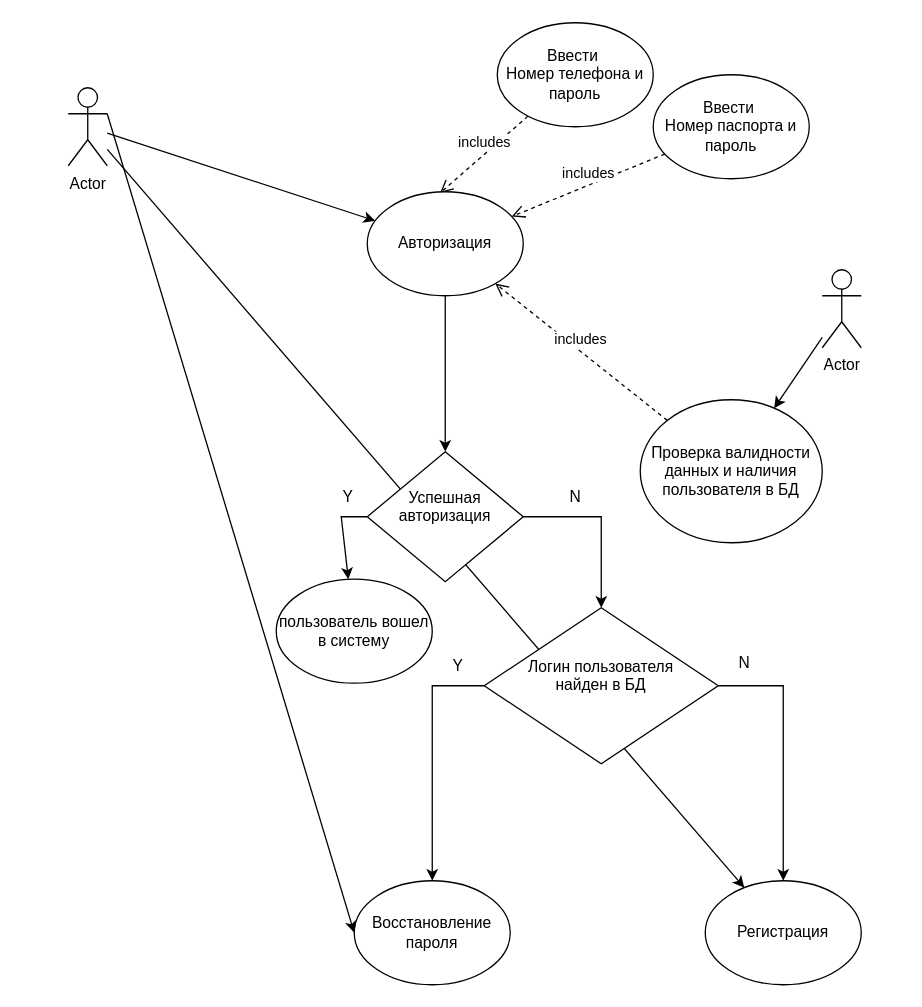
Before: Диаграмма без названия.drawio in lanouri/AQARogozhina, a draw.io diagram. Source tidied: cells renumbered, new cells numbered last; positions are measured from the earlier drawing's top-left corner, leaving out a move shared by most shapes. Both pictures are drawn from the tidied source at 130%, with x=0, y=0 at pixel (68, 22).
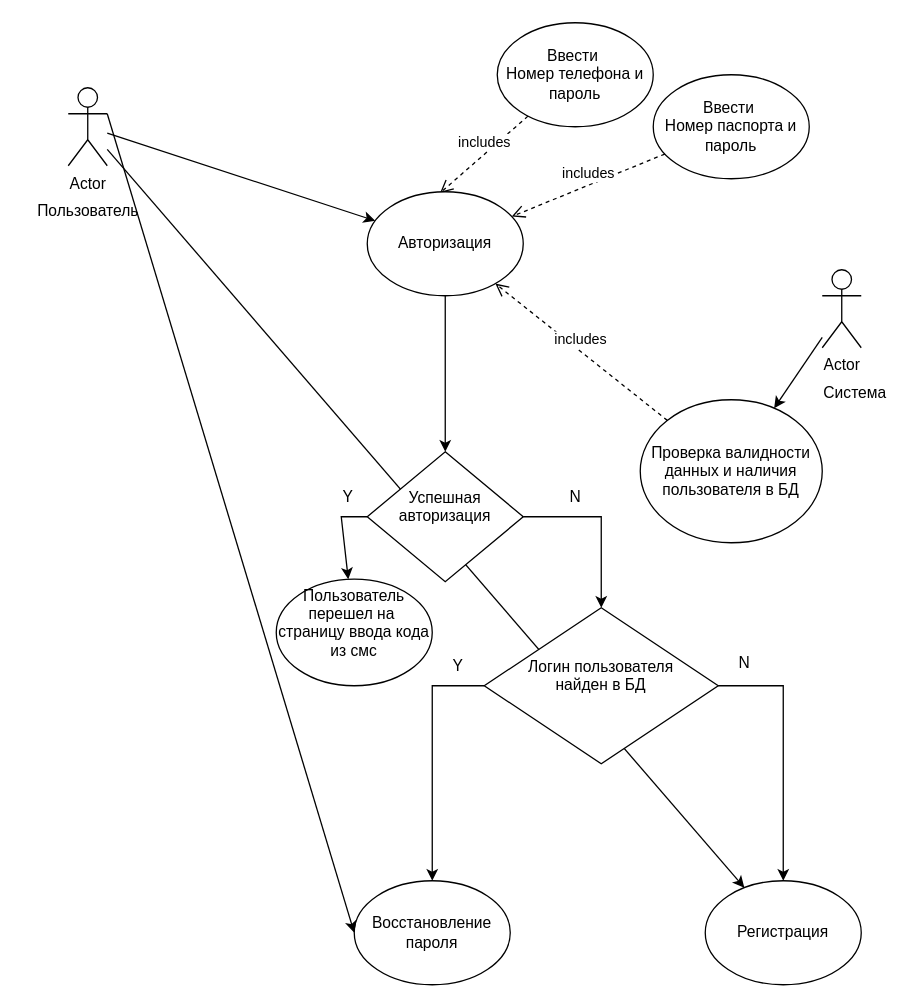
The same diagram, later.

Change to the diagram source:
```diff
@@
-    <mxCell id="22" value="пользователь вошел в систему" style="ellipse;whiteSpace=wrap;html=1;" parent="1" vertex="1">
-      <mxGeometry x="160" y="428" width="120" height="80" as="geometry" />
+    <mxCell id="22" value="Пользователь перешел на&amp;nbsp; страницу ввода кода из смс&lt;div&gt;&lt;br&gt;&lt;/div&gt;" style="ellipse;whiteSpace=wrap;html=1;" parent="1" vertex="1">
+      <mxGeometry x="160" y="428" width="120" height="82" as="geometry" />
     </mxCell>
@@
+    <mxCell id="29" value="Пользователь" style="text;html=1;align=center;verticalAlign=middle;strokeColor=none;fillColor=none;" parent="1" vertex="1">
+      <mxGeometry x="-35" y="130" width="100" height="30" as="geometry" />
+    </mxCell>
@@
+    <mxCell id="30" value="Система" style="text;html=1;align=center;verticalAlign=middle;strokeColor=none;fillColor=none;" parent="1" vertex="1">
+      <mxGeometry x="570" y="270" width="70" height="30" as="geometry" />
+    </mxCell>
```
